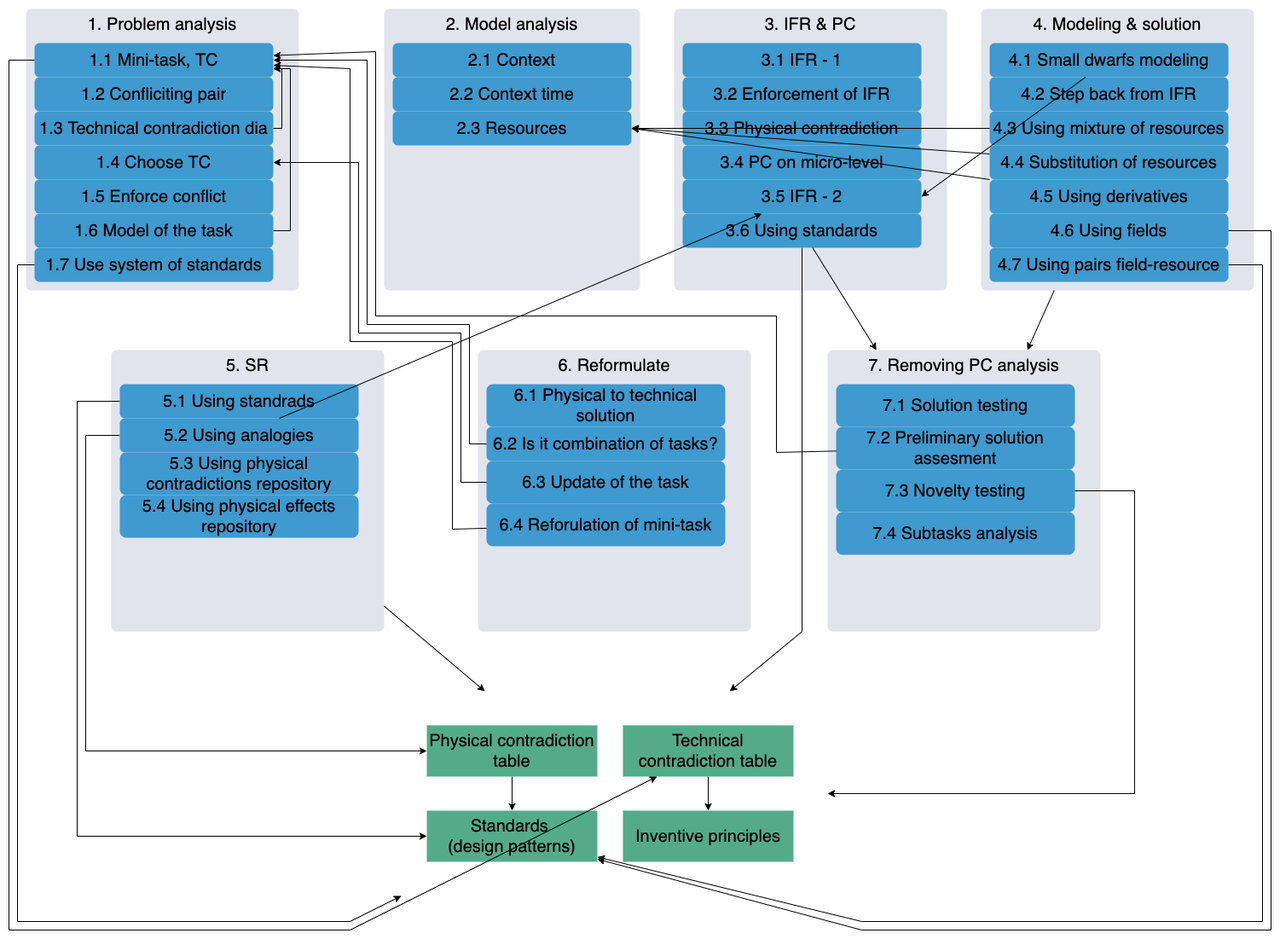
The draw.io diagram Neurotechnologies_and_TRIZ/TRIZ-ARIZ.png in max-talanov/1, before a commit. Source tidied: cells renumbered, new cells last; positions are measured from the earlier drawing's top-left corner, leaving out a move shared by most shapes.
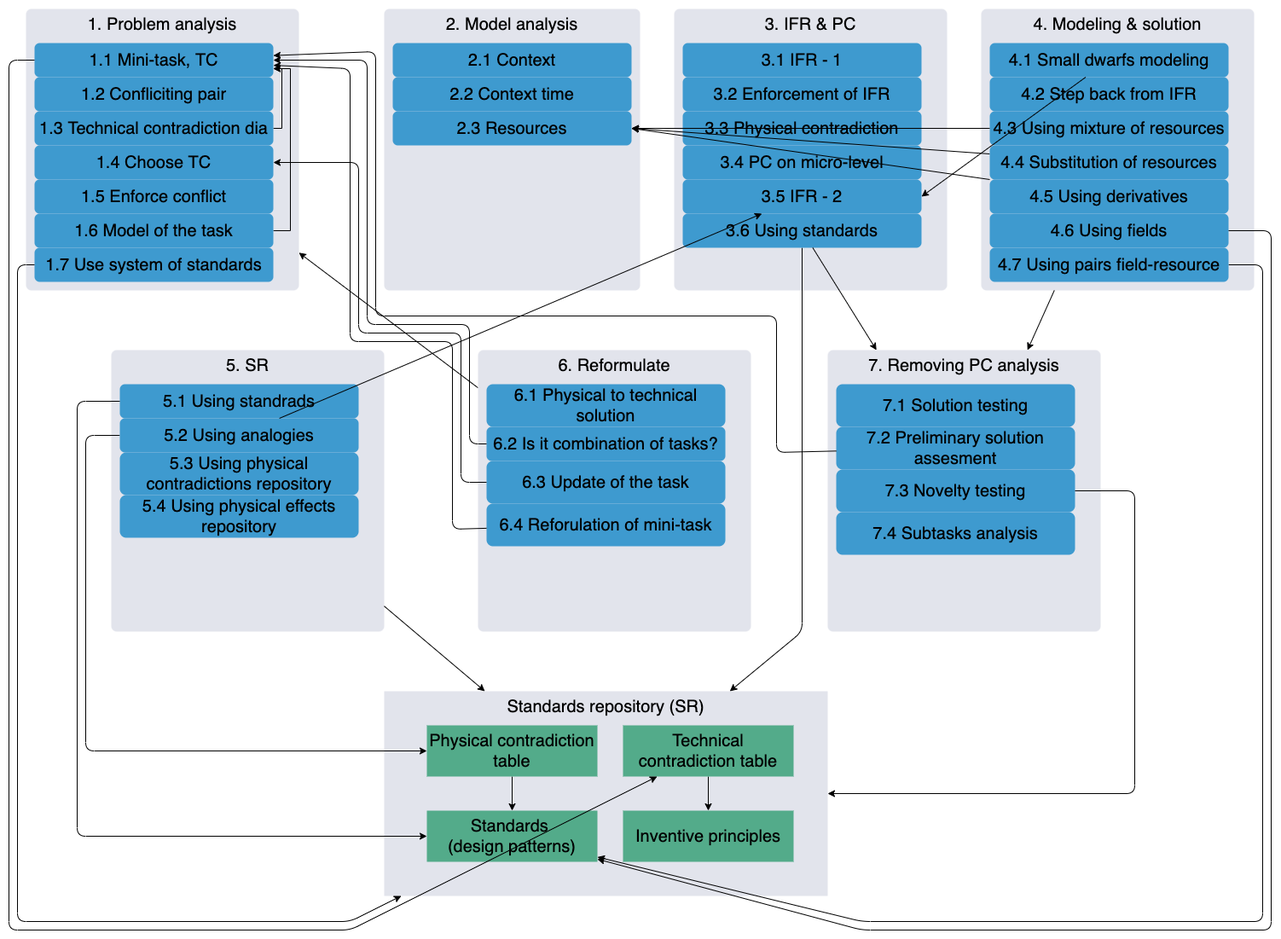
Above is the later version.

Commit message:
ARIZ: corrected layout

Diff of the diagram source:
```diff
@@ -2,15 +2,15 @@
   <root>
     <mxCell id="0" />
     <mxCell id="1" value="2" parent="0" />
+    <mxCell id="4" style="rounded=1;whiteSpace=wrap;html=1;arcSize=2;strokeColor=none;" parent="1" vertex="1">
+      <mxGeometry width="1500" height="1100" as="geometry" />
+    </mxCell>
     <mxCell id="2" style="rounded=0;jettySize=auto;html=1;fontSize=20;" parent="1" edge="1" source="7" target="12">
       <mxGeometry relative="1" as="geometry" />
     </mxCell>
     <mxCell id="3" value="Standards repository (SR)" style="rounded=0;whiteSpace=wrap;html=1;fontSize=20;verticalAlign=top;fillColor=#E2E4EC;strokeColor=none;" parent="1" vertex="1">
       <mxGeometry x="450" y="810" width="520" height="240" as="geometry" />
     </mxCell>
-    <mxCell id="4" style="rounded=1;whiteSpace=wrap;html=1;arcSize=2;strokeColor=none;" parent="1" vertex="1">
-      <mxGeometry width="1500" height="1100" as="geometry" />
-    </mxCell>
     <mxCell id="5" value="1" parent="0" />
     <mxCell id="6" style="edgeStyle=orthogonalEdgeStyle;rounded=0;jettySize=auto;html=1;fontSize=20;fillColor=#fff2cc;strokeColor=#000000;" parent="5" edge="1" source="13" target="14">
       <mxGeometry relative="1" as="geometry" />
@@ -112,7 +112,7 @@
     <mxCell id="35" value="3.5 IFR - 2" style="rounded=1;whiteSpace=wrap;html=1;fillColor=#3E9ACF;strokeColor=none;fontSize=20;" parent="5" vertex="1">
       <mxGeometry x="800" y="210" width="280" height="40" as="geometry" />
     </mxCell>
-    <mxCell id="36" style="rounded=0;jettySize=auto;html=1;" parent="5" edge="1" source="37" target="3">
+    <mxCell id="36" style="rounded=1;jettySize=auto;html=1;" parent="5" edge="1" source="37" target="3">
       <mxGeometry relative="1" as="geometry">
         <Array as="points">
           <mxPoint x="940" y="740" />
@@ -152,7 +152,7 @@
     <mxCell id="47" value="4.6 Using fields" style="rounded=1;whiteSpace=wrap;html=1;fillColor=#3E9ACF;strokeColor=none;fontSize=20;" parent="5" vertex="1">
       <mxGeometry x="1160" y="250" width="280" height="40" as="geometry" />
     </mxCell>
-    <mxCell id="48" style="edgeStyle=none;rounded=0;jettySize=auto;html=1;" parent="5" edge="1" source="49" target="50">
+    <mxCell id="48" style="edgeStyle=none;rounded=1;jettySize=auto;html=1;" parent="5" edge="1" source="49" target="50">
       <mxGeometry relative="1" as="geometry">
         <Array as="points">
           <mxPoint x="1480" y="310" />
@@ -173,7 +173,7 @@
     <mxCell id="52" value="5.1 Using standrads" style="rounded=1;whiteSpace=wrap;html=1;fillColor=#3E9ACF;strokeColor=none;fontSize=20;" parent="5" vertex="1">
       <mxGeometry x="140" y="450" width="280" height="40" as="geometry" />
     </mxCell>
-    <mxCell id="53" style="edgeStyle=none;rounded=0;jettySize=auto;html=1;" parent="5" edge="1" source="54" target="16">
+    <mxCell id="53" style="edgeStyle=none;rounded=1;jettySize=auto;html=1;" parent="5" edge="1" source="54" target="16">
       <mxGeometry relative="1" as="geometry">
         <Array as="points">
           <mxPoint x="100" y="510" />
@@ -199,7 +199,7 @@
     <mxCell id="59" style="rounded=0;jettySize=auto;html=1;" parent="5" edge="1" source="54" target="35">
       <mxGeometry relative="1" as="geometry" />
     </mxCell>
-    <mxCell id="60" style="rounded=0;jettySize=auto;html=1;" parent="5" edge="1" source="9" target="17">
+    <mxCell id="60" style="rounded=1;jettySize=auto;html=1;" parent="5" edge="1" source="9" target="17">
       <mxGeometry relative="1" as="geometry">
         <Array as="points">
           <mxPoint x="550" y="520" />
@@ -209,7 +209,7 @@
         </Array>
       </mxGeometry>
     </mxCell>
-    <mxCell id="61" style="rounded=0;jettySize=auto;html=1;" parent="5" edge="1" source="10" target="21">
+    <mxCell id="61" style="rounded=1;jettySize=auto;html=1;" parent="5" edge="1" source="10" target="21">
       <mxGeometry relative="1" as="geometry">
         <Array as="points">
           <mxPoint x="540" y="565" />
@@ -219,7 +219,7 @@
         </Array>
       </mxGeometry>
     </mxCell>
-    <mxCell id="62" style="rounded=0;jettySize=auto;html=1;" parent="5" edge="1" source="11" target="17">
+    <mxCell id="62" style="rounded=1;jettySize=auto;html=1;" parent="5" edge="1" source="11" target="17">
       <mxGeometry relative="1" as="geometry">
         <Array as="points">
           <mxPoint x="530" y="620" />
@@ -244,7 +244,7 @@
     <mxCell id="67" value="7.4 Subtasks analysis" style="rounded=1;whiteSpace=wrap;html=1;fillColor=#3E9ACF;strokeColor=none;fontSize=20;" parent="5" vertex="1">
       <mxGeometry x="980" y="600" width="280" height="50" as="geometry" />
     </mxCell>
-    <mxCell id="68" style="edgeStyle=none;rounded=0;jettySize=auto;html=1;" parent="5" edge="1" source="66" target="3">
+    <mxCell id="68" style="edgeStyle=none;rounded=1;jettySize=auto;html=1;" parent="5" edge="1" source="66" target="3">
       <mxGeometry relative="1" as="geometry">
         <Array as="points">
           <mxPoint x="1330" y="575" />
@@ -252,7 +252,7 @@
         </Array>
       </mxGeometry>
     </mxCell>
-    <mxCell id="69" style="rounded=0;jettySize=auto;html=1;" parent="5" edge="1" source="65" target="17">
+    <mxCell id="69" style="rounded=1;jettySize=auto;html=1;" parent="5" edge="1" source="65" target="17">
       <mxGeometry relative="1" as="geometry">
         <Array as="points">
           <mxPoint x="910" y="530" />
@@ -265,7 +265,7 @@
     <mxCell id="70" style="rounded=0;jettySize=auto;html=1;" parent="5" edge="1" source="38" target="63">
       <mxGeometry relative="1" as="geometry" />
     </mxCell>
-    <mxCell id="71" style="rounded=0;jettySize=auto;html=1;" parent="5" edge="1" source="25" target="3">
+    <mxCell id="71" style="rounded=1;jettySize=auto;html=1;" parent="5" edge="1" source="25" target="3">
       <mxGeometry relative="1" as="geometry">
         <Array as="points">
           <mxPoint x="20" y="310" />
@@ -274,7 +274,7 @@
         </Array>
       </mxGeometry>
     </mxCell>
-    <mxCell id="72" style="rounded=0;jettySize=auto;html=1;" parent="5" edge="1" source="17" target="13">
+    <mxCell id="72" style="rounded=1;jettySize=auto;html=1;" parent="5" edge="1" source="17" target="13">
       <mxGeometry relative="1" as="geometry">
         <Array as="points">
           <mxPoint x="10" y="70" />
@@ -286,7 +286,7 @@
     <mxCell id="73" style="rounded=0;jettySize=auto;html=1;" parent="5" edge="1" source="51" target="3">
       <mxGeometry relative="1" as="geometry" />
     </mxCell>
-    <mxCell id="74" style="edgeStyle=none;rounded=0;jettySize=auto;html=1;" parent="5" edge="1" source="52" target="50">
+    <mxCell id="74" value="&lt;br&gt;&lt;br&gt;&lt;br&gt;&lt;br&gt;&lt;br&gt;&lt;br&gt;" style="edgeStyle=none;rounded=1;jettySize=auto;html=1;" parent="5" edge="1" source="52" target="50">
       <mxGeometry relative="1" as="geometry">
         <Array as="points">
           <mxPoint x="90" y="470" />
@@ -294,7 +294,7 @@
         </Array>
       </mxGeometry>
     </mxCell>
-    <mxCell id="75" style="edgeStyle=none;rounded=0;jettySize=auto;html=1;" parent="5" edge="1" source="47" target="50">
+    <mxCell id="75" style="edgeStyle=none;rounded=1;jettySize=auto;html=1;" parent="5" edge="1" source="47" target="50">
       <mxGeometry relative="1" as="geometry">
         <Array as="points">
           <mxPoint x="1490" y="270" />
```
